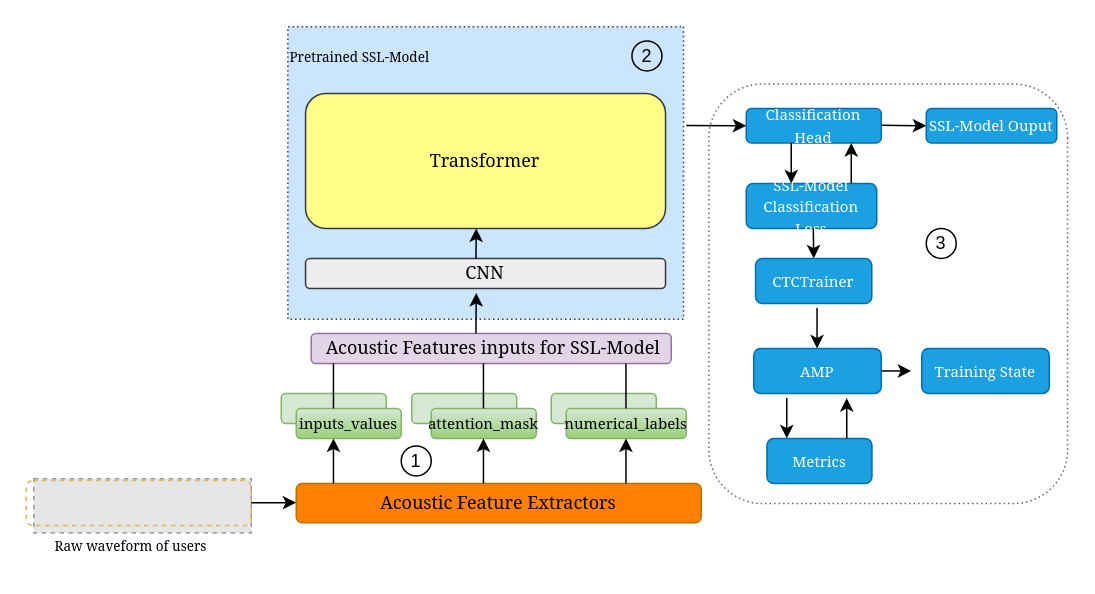
Earlier version of the draw.io diagram Diagramme sans nom.drawio (papasega/Applied-Deep-Learning). Source tidied: cells renumbered, new cells numbered last; positions are measured from the earlier drawing's top-left corner, leaving out a move shared by most shapes. Both pictures are drawn from the tidied source at 150%, with x=0, y=0 at pixel (26, -26). Pictures stored in the file or linked from it are replaced by grey dashed boxes.
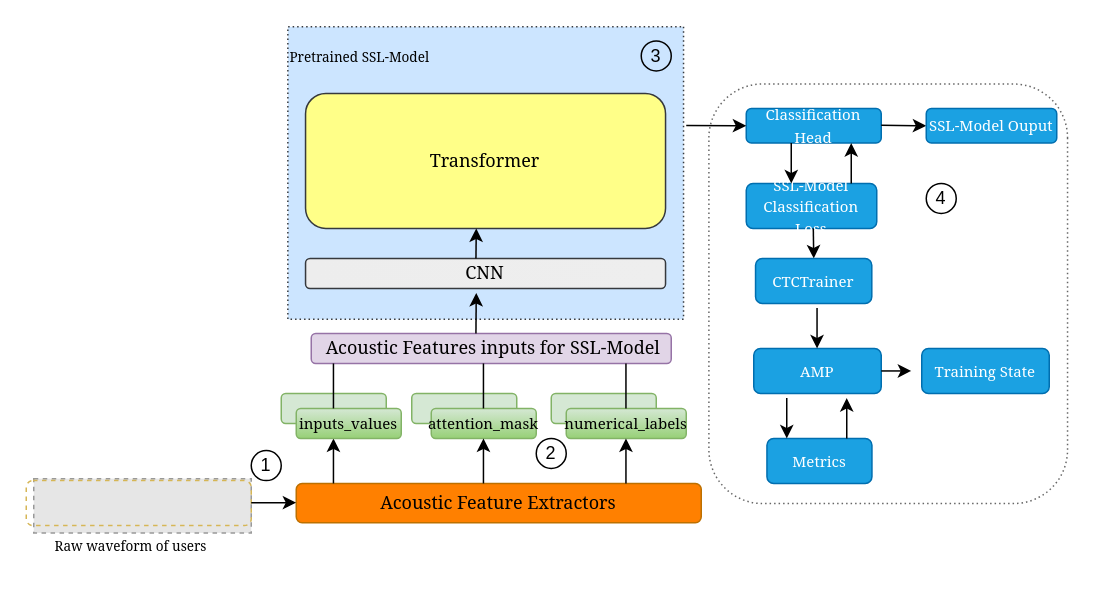
After the change.

Commit message:
Mettre à jour Diagramme sans nom.drawio

Diff of the diagram source:
```diff
@@
     <mxCell id="40" value="1" style="text;html=1;align=center;verticalAlign=middle;whiteSpace=wrap;rounded=0;" parent="1" vertex="1">
-      <mxGeometry x="230" y="308.8" width="60" height="30" as="geometry" />
+      <mxGeometry x="130" y="311.9" width="60" height="30" as="geometry" />
     </mxCell>
     <mxCell id="41" style="ellipse;whiteSpace=wrap;html=1;fillColor=none;" parent="1" vertex="1">
-      <mxGeometry x="250" y="313.8" width="20" height="20" as="geometry" />
+      <mxGeometry x="150" y="316.9" width="20" height="20" as="geometry" />
     </mxCell>
     <mxCell id="42" value="2" style="ellipse;whiteSpace=wrap;html=1;fillColor=none;" parent="1" vertex="1">
-      <mxGeometry x="403.8" y="43.8" width="20" height="20" as="geometry" />
+      <mxGeometry x="340" y="308.8" width="20" height="20" as="geometry" />
     </mxCell>
@@
     <mxCell id="44" value="3" style="ellipse;whiteSpace=wrap;html=1;fillColor=none;" parent="1" vertex="1">
-      <mxGeometry x="600" y="168.8" width="20" height="20" as="geometry" />
+      <mxGeometry x="410" y="43.8" width="20" height="20" as="geometry" />
     </mxCell>
@@
+    <mxCell id="47" value="4" style="ellipse;whiteSpace=wrap;html=1;fillColor=none;" parent="1" vertex="1">
+      <mxGeometry x="600" y="138.8" width="20" height="20" as="geometry" />
+    </mxCell>
```
